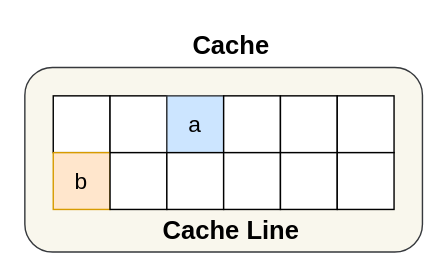
xiaolincoder/ImageHost3 keeps this draw.io diagram as 操作系统/CPU伪共享/struct_ab1.drawio. Above is the earlier version. Source tidied: cells renumbered, new cells numbered last; positions are measured from the earlier drawing's top-left corner, leaving out a move shared by most shapes. Both pictures are drawn from the tidied source at 142%, with x=0, y=0 at pixel (24, 24).
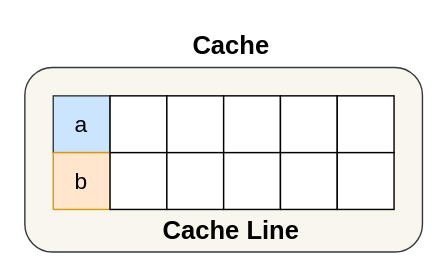
After the change.

What changed in the source:
```diff
@@
 <mxGraphModel>
   <root>
     <mxCell id="0" />
     <mxCell id="1" parent="0" />
     <mxCell id="2" style="rounded=1;whiteSpace=wrap;html=1;fontSize=18;fillColor=#f9f7ed;strokeColor=#36393d;" parent="1" vertex="1">
       <mxGeometry y="30" width="280" height="130" as="geometry" />
     </mxCell>
-    <mxCell id="3" style="rounded=0;whiteSpace=wrap;html=1;fontSize=16;" parent="1" vertex="1">
+    <mxCell id="3" value="a" style="rounded=0;whiteSpace=wrap;html=1;fontSize=16;fillColor=#cce5ff;strokeColor=#36393d;" parent="1" vertex="1">
       <mxGeometry x="20" y="50" width="40" height="40" as="geometry" />
     </mxCell>
     <mxCell id="4" style="rounded=0;whiteSpace=wrap;html=1;fontSize=16;" parent="1" vertex="1">
       <mxGeometry x="60" y="50" width="40" height="40" as="geometry" />
     </mxCell>
-    <mxCell id="5" value="&lt;font style=&quot;font-size: 16px&quot;&gt;a&lt;/font&gt;" style="rounded=0;whiteSpace=wrap;html=1;fillColor=#cce5ff;strokeColor=#36393d;" parent="1" vertex="1">
+    <mxCell id="5" style="rounded=0;whiteSpace=wrap;html=1;" parent="1" vertex="1">
       <mxGeometry x="100" y="50" width="40" height="40" as="geometry" />
     </mxCell>
     <mxCell id="6" style="rounded=0;whiteSpace=wrap;html=1;" parent="1" vertex="1">
       <mxGeometry x="140" y="50" width="40" height="40" as="geometry" />
     </mxCell>
     <mxCell id="7" style="rounded=0;whiteSpace=wrap;html=1;" parent="1" vertex="1">
       <mxGeometry x="180" y="50" width="40" height="40" as="geometry" />
     </mxCell>
     <mxCell id="8" style="rounded=0;whiteSpace=wrap;html=1;" parent="1" vertex="1">
       <mxGeometry x="220" y="50" width="40" height="40" as="geometry" />
     </mxCell>
     <mxCell id="9" value="Cache Line" style="text;html=1;align=center;verticalAlign=middle;fontSize=18;fontStyle=1;" parent="1" vertex="1">
       <mxGeometry x="90" y="130" width="110" height="30" as="geometry" />
     </mxCell>
     <mxCell id="10" value="Cache" style="text;html=1;align=center;verticalAlign=middle;fontSize=18;fontStyle=1;" parent="1" vertex="1">
       <mxGeometry x="110" width="70" height="30" as="geometry" />
     </mxCell>
     <mxCell id="11" value="b" style="rounded=0;whiteSpace=wrap;html=1;fillColor=#ffe6cc;strokeColor=#d79b00;fontSize=16;" parent="1" vertex="1">
       <mxGeometry x="20" y="90" width="40" height="40" as="geometry" />
     </mxCell>
     <mxCell id="12" style="rounded=0;whiteSpace=wrap;html=1;fontSize=16;" parent="1" vertex="1">
       <mxGeometry x="60" y="90" width="40" height="40" as="geometry" />
     </mxCell>
     <mxCell id="13" style="rounded=0;whiteSpace=wrap;html=1;" parent="1" vertex="1">
       <mxGeometry x="100" y="90" width="40" height="40" as="geometry" />
     </mxCell>
     <mxCell id="14" style="rounded=0;whiteSpace=wrap;html=1;" parent="1" vertex="1">
       <mxGeometry x="140" y="90" width="40" height="40" as="geometry" />
     </mxCell>
     <mxCell id="15" style="rounded=0;whiteSpace=wrap;html=1;" parent="1" vertex="1">
       <mxGeometry x="180" y="90" width="40" height="40" as="geometry" />
     </mxCell>
     <mxCell id="16" style="rounded=0;whiteSpace=wrap;html=1;" parent="1" vertex="1">
       <mxGeometry x="220" y="90" width="40" height="40" as="geometry" />
     </mxCell>
   </root>
 </mxGraphModel>
```
